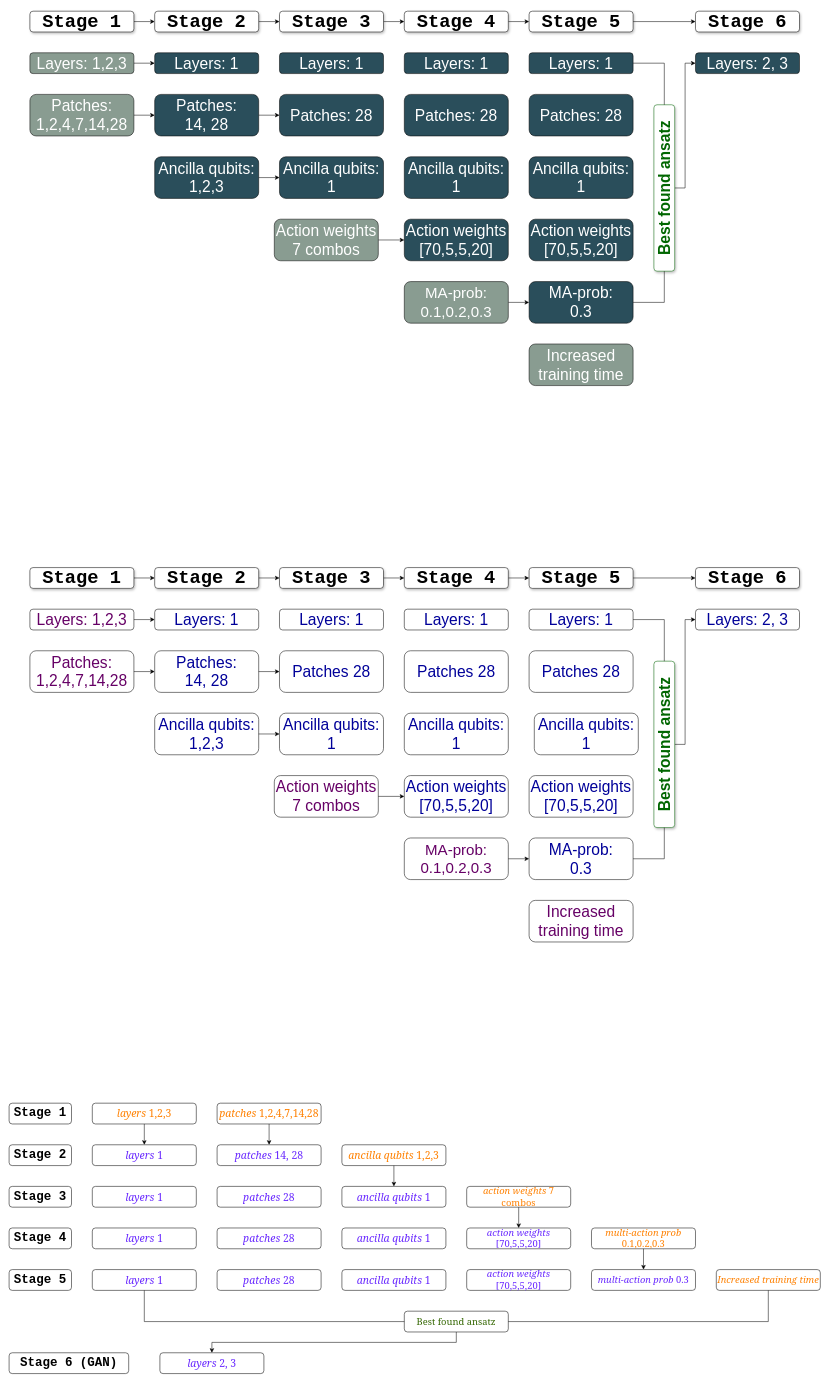
BiancaMass/Diagrams keeps this draw.io diagram as ExperimentsOverview.drawio. Above is the earlier version. Source tidied: cells renumbered, new cells numbered last; positions are measured from the earlier drawing's top-left corner, leaving out a move shared by most shapes. Both pictures are drawn from the tidied source at 52%, with x=0, y=0 at pixel (9, 11).
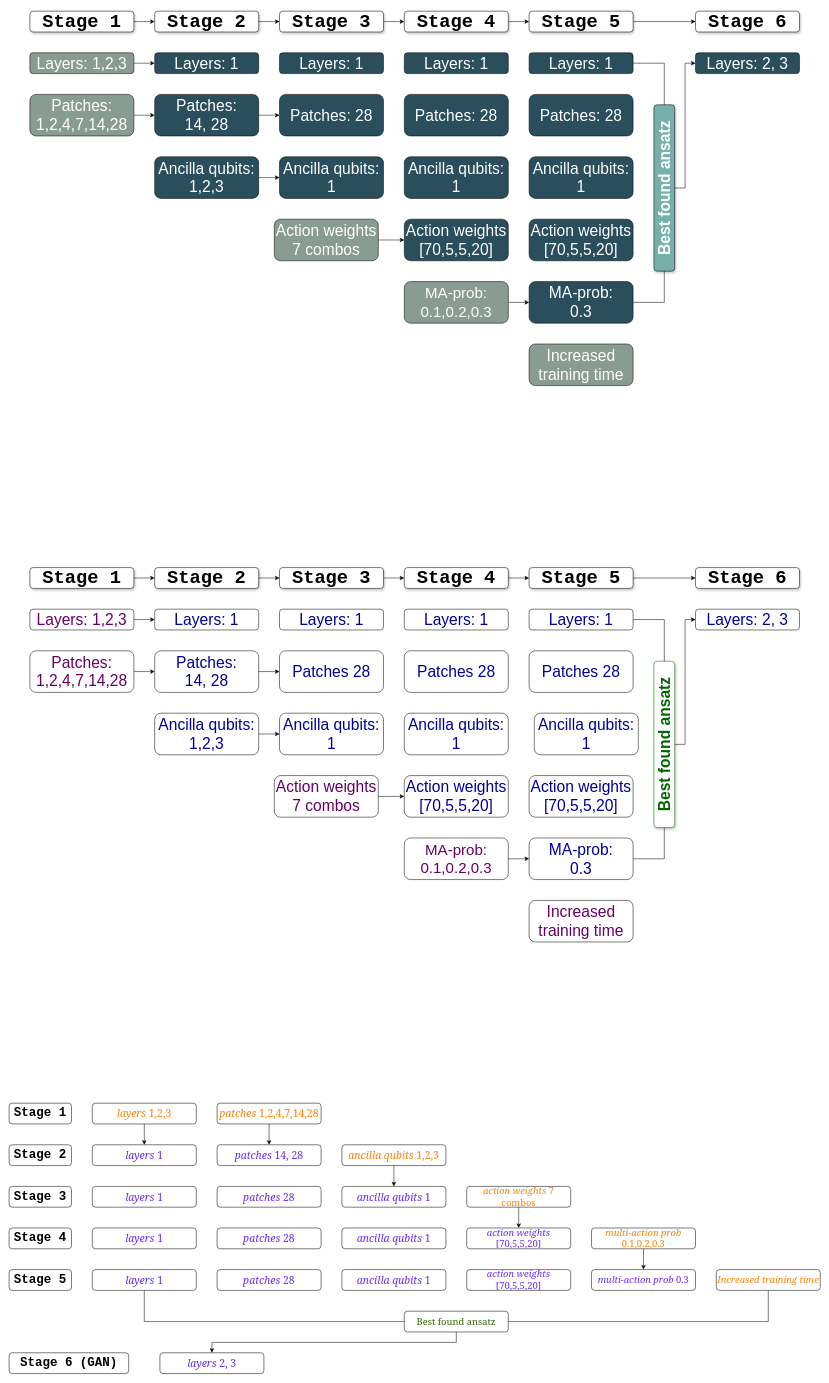
After the change.

The edit, as a diff of the source:
```diff
@@
-    <mxCell id="100" value="&lt;font face=&quot;Helvetica&quot; color=&quot;#006600&quot; style=&quot;font-size: 30px;&quot;&gt;&lt;b style=&quot;&quot;&gt;Best found ansatz&lt;/b&gt;&lt;/font&gt;" style="rounded=1;whiteSpace=wrap;html=1;rotation=-90;shadow=1;strokeColor=#006600;" parent="1" vertex="1">
+    <mxCell id="100" value="&lt;font color=&quot;#ffffff&quot; face=&quot;Helvetica&quot; style=&quot;font-size: 30px;&quot;&gt;&lt;b style=&quot;&quot;&gt;Best found ansatz&lt;/b&gt;&lt;/font&gt;" style="rounded=1;whiteSpace=wrap;html=1;rotation=-90;shadow=1;strokeColor=#000000;fillColor=#77B0AB;" parent="1" vertex="1">
       <mxGeometry x="1100" y="320" width="320" height="40" as="geometry" />
     </mxCell>
```
